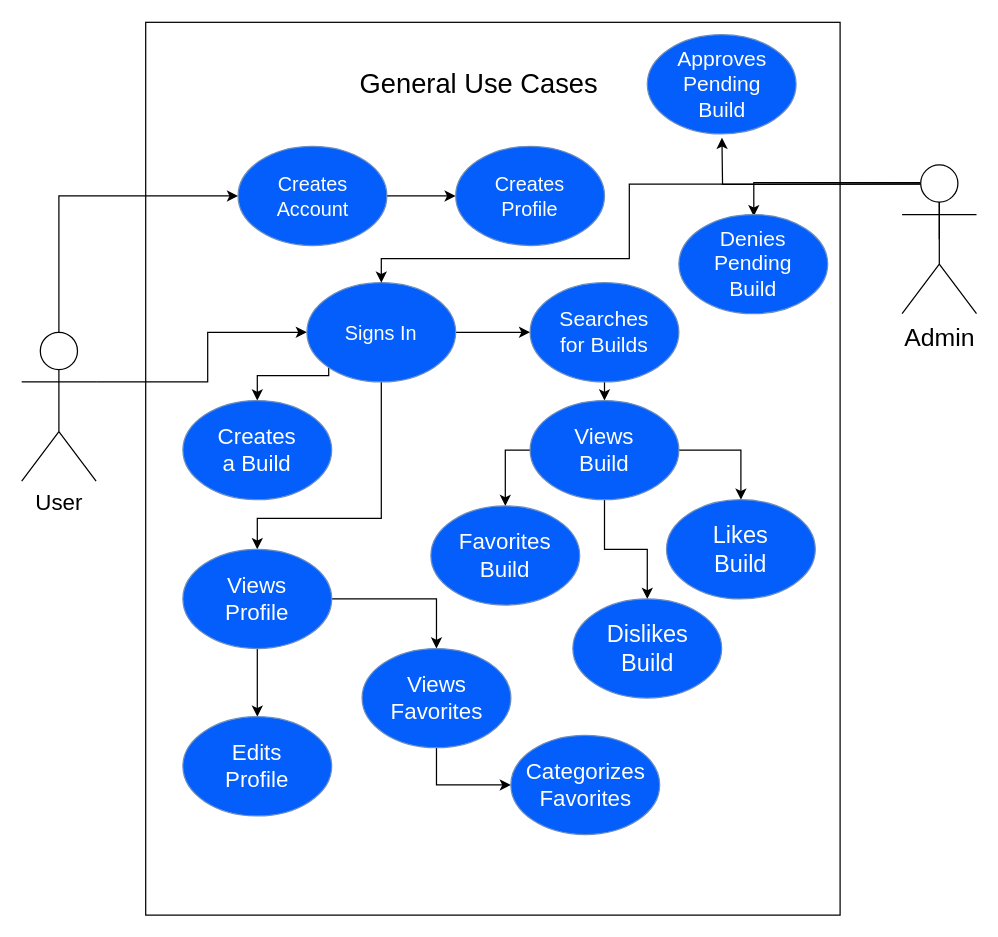
The draw.io diagram UML Case Diagrams/Draw.io Files/General UML Case LOL.drawio in jakeafred/LoLBuildDatabase, before the edit. Source tidied: cells renumbered, new cells numbered last; positions are measured from the earlier drawing's top-left corner, leaving out a move shared by most shapes. Both pictures are drawn from the tidied source at 124%, with x=0, y=0 at pixel (21, 22).
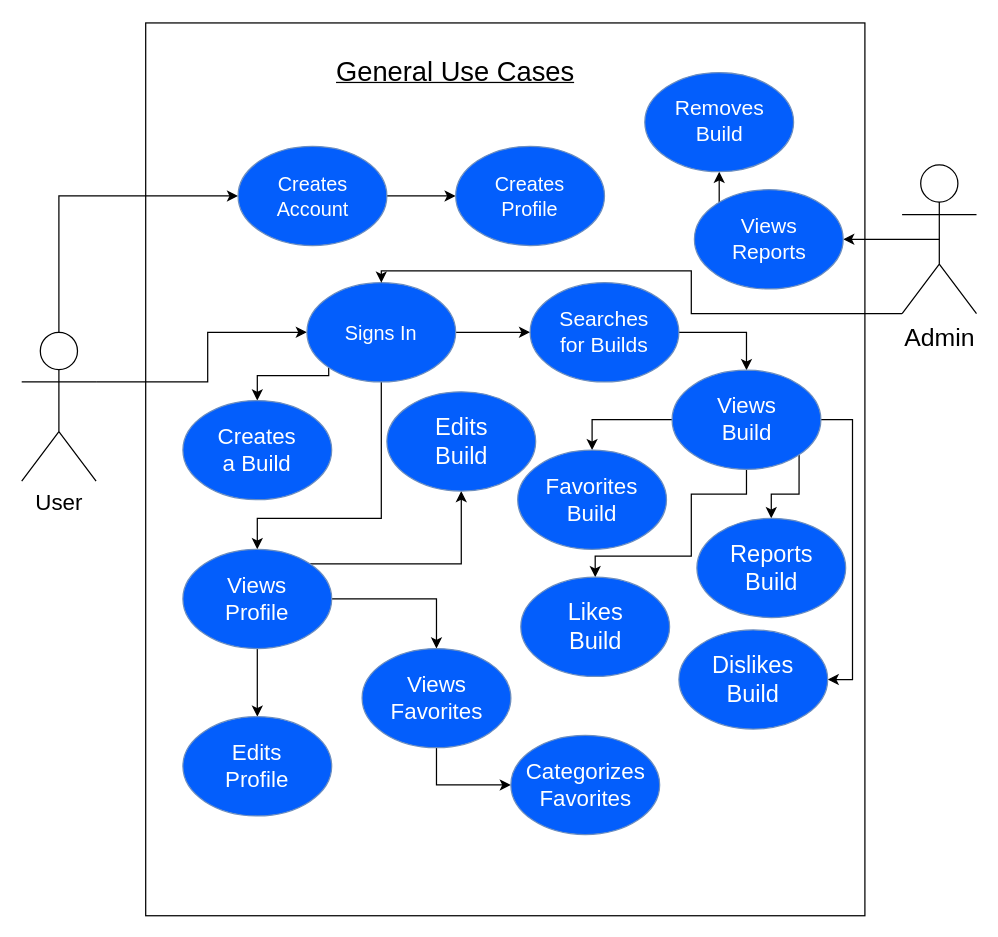
Above is the later version.

Commit message (it also covers changes not shown here):
Updated General UML and Added "Creating a Build" UML

Unchanged cells that the change refers to:
```xml
<mxCell id="15" style="ellipse;whiteSpace=wrap;html=1;fillColor=#035EFC;strokeColor=#6c8ebf;" parent="1" vertex="1">
  <mxGeometry x="230" y="209.5" width="120" height="80" as="geometry" />
</mxCell>
<mxCell id="18" style="ellipse;whiteSpace=wrap;html=1;fillColor=#035EFC;strokeColor=#6c8ebf;" parent="1" vertex="1">
  <mxGeometry x="410" y="209.5" width="120" height="80" as="geometry" />
</mxCell>
<mxCell id="35" style="ellipse;whiteSpace=wrap;html=1;fillColor=#035EFC;strokeColor=#6c8ebf;" parent="1" vertex="1">
  <mxGeometry x="130" y="424.5" width="120" height="80" as="geometry" />
</mxCell>
<mxCell id="47" value="&lt;font style=&quot;font-size: 20px&quot;&gt;Admin&lt;/font&gt;" style="shape=umlActor;verticalLabelPosition=bottom;labelBackgroundColor=#ffffff;verticalAlign=top;html=1;outlineConnect=0;" parent="1" vertex="1">
  <mxGeometry x="710" y="114.5" width="60" height="120" as="geometry" />
</mxCell>
```

Diff of the diagram source:
```diff
@@
     <mxCell id="2" style="rounded=0;whiteSpace=wrap;html=1;" parent="1" vertex="1">
-      <mxGeometry x="100" y="-0.5" width="560" height="720" as="geometry" />
+      <mxGeometry x="100" width="580" height="720" as="geometry" />
     </mxCell>
@@
-    <mxCell id="6" value="&lt;font style=&quot;font-size: 22px&quot;&gt;General Use Cases&lt;br&gt;&lt;/font&gt;" style="text;html=1;strokeColor=none;fillColor=none;align=center;verticalAlign=middle;whiteSpace=wrap;rounded=0;" parent="1" vertex="1">
-      <mxGeometry x="266" y="29.5" width="206" height="40" as="geometry" />
+    <mxCell id="6" value="&lt;u&gt;&lt;font style=&quot;font-size: 22px&quot;&gt;General Use Cases&lt;br&gt;&lt;/font&gt;&lt;/u&gt;" style="text;html=1;strokeColor=none;fillColor=none;align=center;verticalAlign=middle;whiteSpace=wrap;rounded=0;" parent="1" vertex="1">
+      <mxGeometry x="247" y="20" width="206" height="40" as="geometry" />
     </mxCell>
@@
-    <mxCell id="17" style="edgeStyle=orthogonalEdgeStyle;rounded=0;jettySize=auto;html=1;exitX=0.5;exitY=1;exitDx=0;exitDy=0;entryX=0.5;entryY=0;entryDx=0;entryDy=0;" parent="1" edge="1" source="18" target="25">
+    <mxCell id="17" style="edgeStyle=orthogonalEdgeStyle;rounded=0;jettySize=auto;html=1;exitX=1;exitY=0.5;exitDx=0;exitDy=0;entryX=0.5;entryY=0;entryDx=0;entryDy=0;" parent="1" edge="1" source="18" target="25">
       <mxGeometry relative="1" as="geometry" />
     </mxCell>
@@
+    <mxCell id="23" style="edgeStyle=orthogonalEdgeStyle;rounded=0;jettySize=auto;html=1;exitX=0.5;exitY=1;exitDx=0;exitDy=0;entryX=0.5;entryY=0;entryDx=0;entryDy=0;" parent="1" edge="1" source="25" target="27">
+      <mxGeometry relative="1" as="geometry">
+        <Array as="points">
+          <mxPoint x="585" y="380" />
+          <mxPoint x="540" y="380" />
+          <mxPoint x="540" y="430" />
+          <mxPoint x="463" y="430" />
+        </Array>
+      </mxGeometry>
+    </mxCell>
-    <mxCell id="22" style="edgeStyle=orthogonalEdgeStyle;rounded=0;jettySize=auto;html=1;exitX=0.5;exitY=1;exitDx=0;exitDy=0;" parent="1" edge="1" source="25" target="29">
+    <mxCell id="22" style="edgeStyle=orthogonalEdgeStyle;rounded=0;jettySize=auto;html=1;exitX=1;exitY=0.5;exitDx=0;exitDy=0;entryX=1;entryY=0.5;entryDx=0;entryDy=0;" parent="1" edge="1" source="25" target="29">
       <mxGeometry relative="1" as="geometry" />
     </mxCell>
-    <mxCell id="23" style="edgeStyle=orthogonalEdgeStyle;rounded=0;jettySize=auto;html=1;exitX=1;exitY=0.5;exitDx=0;exitDy=0;entryX=0.5;entryY=0;entryDx=0;entryDy=0;" parent="1" edge="1" source="25" target="27">
-      <mxGeometry relative="1" as="geometry" />
-    </mxCell>
-    <mxCell id="24" style="edgeStyle=orthogonalEdgeStyle;rounded=0;jettySize=auto;html=1;exitX=0;exitY=0.5;exitDx=0;exitDy=0;" parent="1" edge="1" source="25" target="31">
+    <mxCell id="24" style="edgeStyle=orthogonalEdgeStyle;rounded=0;jettySize=auto;html=1;exitX=0;exitY=0.5;exitDx=0;exitDy=0;entryX=0.5;entryY=0;entryDx=0;entryDy=0;" parent="1" edge="1" source="25" target="31">
       <mxGeometry relative="1" as="geometry" />
     </mxCell>
+    <mxCell id="52" style="edgeStyle=orthogonalEdgeStyle;rounded=0;jettySize=auto;html=1;exitX=1;exitY=1;exitDx=0;exitDy=0;" parent="1" edge="1" source="25" target="58">
+      <mxGeometry relative="1" as="geometry" />
+    </mxCell>
     <mxCell id="25" style="ellipse;whiteSpace=wrap;html=1;fillColor=#035EFC;strokeColor=#6c8ebf;" parent="1" vertex="1">
-      <mxGeometry x="410" y="304.5" width="120" height="80" as="geometry" />
+      <mxGeometry x="524.5" y="280" width="120" height="80" as="geometry" />
     </mxCell>
     <mxCell id="26" value="&lt;font style=&quot;font-size: 18px&quot; color=&quot;#FFFFFF&quot;&gt;Views Build&lt;br&gt;&lt;/font&gt;" style="text;html=1;strokeColor=none;fillColor=none;align=center;verticalAlign=middle;whiteSpace=wrap;rounded=0;" parent="1" vertex="1">
-      <mxGeometry x="430" y="329.5" width="80" height="30" as="geometry" />
+      <mxGeometry x="544.5" y="305" width="80" height="30" as="geometry" />
     </mxCell>
     <mxCell id="27" style="ellipse;whiteSpace=wrap;html=1;fillColor=#035EFC;strokeColor=#6c8ebf;" parent="1" vertex="1">
-      <mxGeometry x="520" y="384.5" width="120" height="80" as="geometry" />
+      <mxGeometry x="402.5" y="447" width="120" height="80" as="geometry" />
     </mxCell>
     <mxCell id="28" value="&lt;font style=&quot;font-size: 19px&quot; color=&quot;#FFFFFF&quot;&gt;Likes Build&lt;br&gt;&lt;/font&gt;" style="text;html=1;strokeColor=none;fillColor=none;align=center;verticalAlign=middle;whiteSpace=wrap;rounded=0;" parent="1" vertex="1">
-      <mxGeometry x="540" y="409.5" width="80" height="30" as="geometry" />
+      <mxGeometry x="422.5" y="472" width="80" height="30" as="geometry" />
     </mxCell>
     <mxCell id="29" style="ellipse;whiteSpace=wrap;html=1;fillColor=#035EFC;strokeColor=#6c8ebf;" parent="1" vertex="1">
-      <mxGeometry x="444.5" y="464.5" width="120" height="80" as="geometry" />
+      <mxGeometry x="530" y="489.5" width="120" height="80" as="geometry" />
     </mxCell>
     <mxCell id="30" value="&lt;font style=&quot;font-size: 19px&quot; color=&quot;#FFFFFF&quot;&gt;Dislikes Build&lt;br&gt;&lt;/font&gt;" style="text;html=1;strokeColor=none;fillColor=none;align=center;verticalAlign=middle;whiteSpace=wrap;rounded=0;" parent="1" vertex="1">
-      <mxGeometry x="464.5" y="489.5" width="80" height="30" as="geometry" />
+      <mxGeometry x="550" y="514.5" width="80" height="30" as="geometry" />
     </mxCell>
     <mxCell id="31" style="ellipse;whiteSpace=wrap;html=1;fillColor=#035EFC;strokeColor=#6c8ebf;" parent="1" vertex="1">
-      <mxGeometry x="330" y="389.5" width="120" height="80" as="geometry" />
+      <mxGeometry x="400" y="344.5" width="120" height="80" as="geometry" />
     </mxCell>
     <mxCell id="32" value="&lt;font style=&quot;font-size: 18px&quot; color=&quot;#FFFFFF&quot;&gt;Favorites Build&lt;br&gt;&lt;/font&gt;" style="text;html=1;strokeColor=none;fillColor=none;align=center;verticalAlign=middle;whiteSpace=wrap;rounded=0;" parent="1" vertex="1">
-      <mxGeometry x="350" y="414.5" width="80" height="30" as="geometry" />
+      <mxGeometry x="420" y="369.5" width="80" height="30" as="geometry" />
     </mxCell>
@@
+    <mxCell id="53" style="edgeStyle=orthogonalEdgeStyle;rounded=0;jettySize=auto;html=1;exitX=1;exitY=0;exitDx=0;exitDy=0;entryX=0.5;entryY=1;entryDx=0;entryDy=0;" parent="1" edge="1" source="35" target="56">
+      <mxGeometry relative="1" as="geometry" />
+    </mxCell>
@@
-    <mxCell id="44" style="edgeStyle=orthogonalEdgeStyle;rounded=0;jettySize=auto;html=1;exitX=0.5;exitY=0.5;exitDx=0;exitDy=0;exitPerimeter=0;entryX=0.5;entryY=0;entryDx=0;entryDy=0;" parent="1" edge="1" source="47" target="15">
+    <mxCell id="44" style="edgeStyle=orthogonalEdgeStyle;rounded=0;jettySize=auto;html=1;entryX=0.5;entryY=0;entryDx=0;entryDy=0;exitX=0;exitY=1;exitDx=0;exitDy=0;exitPerimeter=0;" parent="1" edge="1" source="47" target="15">
       <mxGeometry relative="1" as="geometry">
         <Array as="points">
-          <mxPoint x="740" y="130" />
-          <mxPoint x="490" y="130" />
-          <mxPoint x="490" y="190" />
-          <mxPoint x="290" y="190" />
+          <mxPoint x="540" y="235" />
+          <mxPoint x="540" y="200" />
+          <mxPoint x="290" y="200" />
         </Array>
       </mxGeometry>
     </mxCell>
-    <mxCell id="45" style="edgeStyle=orthogonalEdgeStyle;rounded=0;orthogonalLoop=1;jettySize=auto;html=1;exitX=0.25;exitY=0.1;exitDx=0;exitDy=0;exitPerimeter=0;entryX=0.5;entryY=0;entryDx=0;entryDy=0;" parent="1" edge="1">
-      <mxGeometry relative="1" as="geometry">
-        <mxPoint x="724.7" y="128.7" as="sourcePoint" />
-        <mxPoint x="590.4" y="155.9" as="targetPoint" />
-        <Array as="points">
-          <mxPoint x="590" y="129" />
-        </Array>
-      </mxGeometry>
-    </mxCell>
-    <mxCell id="46" style="edgeStyle=orthogonalEdgeStyle;rounded=0;orthogonalLoop=1;jettySize=auto;html=1;exitX=0.25;exitY=0.1;exitDx=0;exitDy=0;exitPerimeter=0;entryX=0.5;entryY=1;entryDx=0;entryDy=0;" parent="1" edge="1">
-      <mxGeometry relative="1" as="geometry">
-        <mxPoint x="724.7" y="129.7" as="sourcePoint" />
-        <mxPoint x="564.7" y="92.6" as="targetPoint" />
-      </mxGeometry>
-    </mxCell>
+    <mxCell id="54" style="edgeStyle=orthogonalEdgeStyle;rounded=0;jettySize=auto;html=1;exitX=0.5;exitY=0.5;exitDx=0;exitDy=0;exitPerimeter=0;entryX=1;entryY=0.5;entryDx=0;entryDy=0;" parent="1" edge="1" source="47" target="48">
+      <mxGeometry relative="1" as="geometry" />
+    </mxCell>
@@
+    <mxCell id="55" style="edgeStyle=orthogonalEdgeStyle;rounded=0;jettySize=auto;html=1;exitX=0;exitY=0;exitDx=0;exitDy=0;entryX=0.5;entryY=1;entryDx=0;entryDy=0;" parent="1" edge="1" source="48" target="50">
+      <mxGeometry relative="1" as="geometry" />
+    </mxCell>
     <mxCell id="48" style="ellipse;whiteSpace=wrap;html=1;fillColor=#035EFC;strokeColor=#6c8ebf;" parent="1" vertex="1">
-      <mxGeometry x="504.5" y="9.5" width="120" height="80" as="geometry" />
+      <mxGeometry x="542.5" y="134.5" width="120" height="80" as="geometry" />
     </mxCell>
-    <mxCell id="49" value="&lt;font style=&quot;font-size: 17px&quot; color=&quot;#FFFFFF&quot;&gt;Approves Pending Build&lt;br&gt;&lt;/font&gt;" style="text;html=1;strokeColor=none;fillColor=none;align=center;verticalAlign=middle;whiteSpace=wrap;rounded=0;" parent="1" vertex="1">
-      <mxGeometry x="524.5" y="34.5" width="80" height="30" as="geometry" />
+    <mxCell id="49" value="&lt;font style=&quot;font-size: 17px&quot; color=&quot;#FFFFFF&quot;&gt;Views Reports&lt;br&gt;&lt;/font&gt;" style="text;html=1;strokeColor=none;fillColor=none;align=center;verticalAlign=middle;whiteSpace=wrap;rounded=0;" parent="1" vertex="1">
+      <mxGeometry x="562.5" y="159.5" width="80" height="30" as="geometry" />
     </mxCell>
     <mxCell id="50" style="ellipse;whiteSpace=wrap;html=1;fillColor=#035EFC;strokeColor=#6c8ebf;" parent="1" vertex="1">
-      <mxGeometry x="530" y="154.5" width="120" height="80" as="geometry" />
+      <mxGeometry x="502.5" y="40" width="120" height="80" as="geometry" />
     </mxCell>
-    <mxCell id="51" value="&lt;font style=&quot;font-size: 17px&quot; color=&quot;#FFFFFF&quot;&gt;Denies&lt;font style=&quot;font-size: 17px&quot;&gt; Pending Build&lt;br&gt;&lt;/font&gt;&lt;/font&gt;" style="text;html=1;strokeColor=none;fillColor=none;align=center;verticalAlign=middle;whiteSpace=wrap;rounded=0;" parent="1" vertex="1">
-      <mxGeometry x="550" y="179.5" width="80" height="30" as="geometry" />
+    <mxCell id="51" value="&lt;font style=&quot;font-size: 17px&quot; color=&quot;#FFFFFF&quot;&gt;Removes&lt;font style=&quot;font-size: 17px&quot;&gt; Build&lt;br&gt;&lt;/font&gt;&lt;/font&gt;" style="text;html=1;strokeColor=none;fillColor=none;align=center;verticalAlign=middle;whiteSpace=wrap;rounded=0;" parent="1" vertex="1">
+      <mxGeometry x="522.5" y="65" width="80" height="30" as="geometry" />
     </mxCell>
+    <mxCell id="56" style="ellipse;whiteSpace=wrap;html=1;fillColor=#035EFC;strokeColor=#6c8ebf;" parent="1" vertex="1">
+      <mxGeometry x="294.5" y="297.5" width="120" height="80" as="geometry" />
+    </mxCell>
+    <mxCell id="57" value="&lt;font style=&quot;font-size: 19px&quot; color=&quot;#FFFFFF&quot;&gt;Edits Build&lt;br&gt;&lt;/font&gt;" style="text;html=1;strokeColor=none;fillColor=none;align=center;verticalAlign=middle;whiteSpace=wrap;rounded=0;" parent="1" vertex="1">
+      <mxGeometry x="314.5" y="322.5" width="80" height="30" as="geometry" />
+    </mxCell>
+    <mxCell id="58" style="ellipse;whiteSpace=wrap;html=1;fillColor=#035EFC;strokeColor=#6c8ebf;" parent="1" vertex="1">
+      <mxGeometry x="544.5" y="399.5" width="120" height="80" as="geometry" />
+    </mxCell>
+    <mxCell id="59" value="&lt;font style=&quot;font-size: 19px&quot; color=&quot;#FFFFFF&quot;&gt;Reports Build&lt;br&gt;&lt;/font&gt;" style="text;html=1;strokeColor=none;fillColor=none;align=center;verticalAlign=middle;whiteSpace=wrap;rounded=0;" parent="1" vertex="1">
+      <mxGeometry x="564.5" y="424.5" width="80" height="30" as="geometry" />
+    </mxCell>
```
